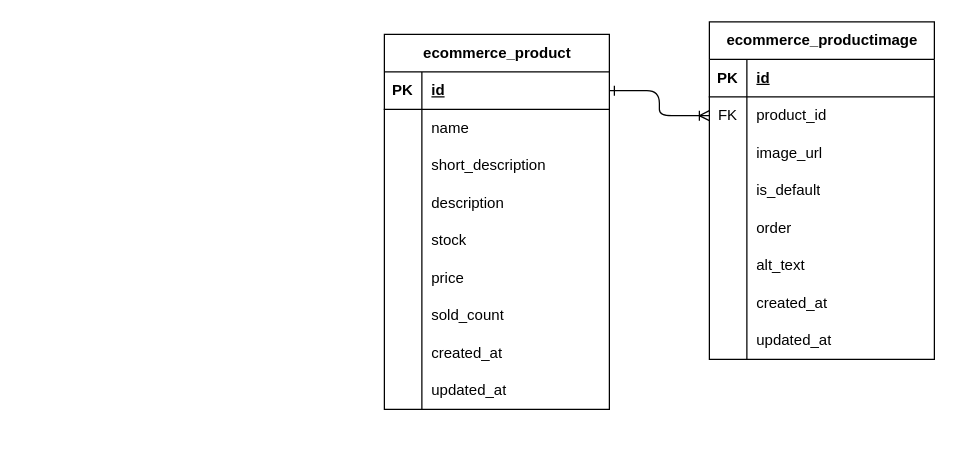
RHILIUS/E-Commerce-Docs keeps this draw.io diagram as page "Ecommerce" (6 of 7) of diagrams/e-commerce-entity-relationship-diagram.drawio. Above is the earlier version. Source tidied: cells renumbered, new cells numbered last; positions are measured from the earlier drawing's top-left corner, leaving out a move shared by most shapes. Both pictures are drawn from the tidied source at 125%, with x=0, y=0 at pixel (384, 21).
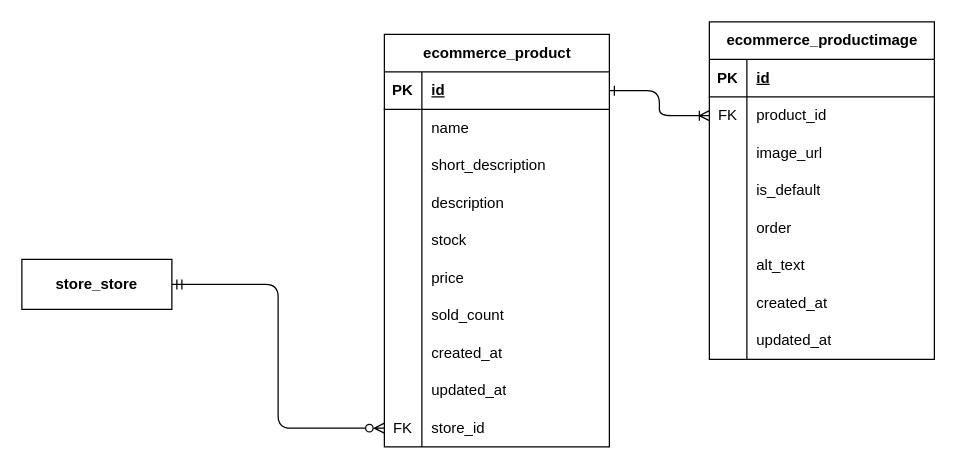
The same page after the edit.

Commit message (it also covers changes not shown here):
feat(erd): add relationship between prdouct and store

The edit, as a diff of the source:
```diff
@@
     <mxCell id="2" value="ecommerce_product" style="shape=table;startSize=30;childLayout=tableLayout;rowLines=0;fontStyle=1;align=center;html=1;" parent="1" vertex="1">
-      <mxGeometry y="10" width="180" height="300" as="geometry" />
+      <mxGeometry y="10" width="180" height="330" as="geometry" />
     </mxCell>
@@
+    <mxCell id="56" style="shape=tableRow;horizontal=0;startSize=0;swimlaneHead=0;swimlaneBody=0;fillColor=none;points=[[0,0.5],[1,0.5]];portConstraint=eastwest;top=0;left=0;right=0;bottom=0;" parent="2" vertex="1">
+      <mxGeometry y="300" width="180" height="30" as="geometry" />
+    </mxCell>
+    <mxCell id="57" value="FK" style="shape=partialRectangle;fillColor=none;top=0;left=0;bottom=0;right=0;overflow=hidden;whiteSpace=wrap;html=1;" parent="56" vertex="1">
+      <mxGeometry width="30" height="30" as="geometry" />
+    </mxCell>
+    <mxCell id="58" value="store_id" style="shape=partialRectangle;fillColor=none;top=0;left=0;bottom=0;right=0;align=left;spacingLeft=6;overflow=hidden;whiteSpace=wrap;html=1;" parent="56" vertex="1">
+      <mxGeometry x="30" width="150" height="30" as="geometry" />
+    </mxCell>
@@
+    <mxCell id="59" style="edgeStyle=orthogonalEdgeStyle;html=1;entryX=0;entryY=0.5;entryDx=0;entryDy=0;exitX=1;exitY=0.5;exitDx=0;exitDy=0;endArrow=ERzeroToMany;endFill=0;startArrow=ERmandOne;startFill=0;" parent="1" edge="1" source="60" target="56">
+      <mxGeometry relative="1" as="geometry" />
+    </mxCell>
+    <mxCell id="60" value="&lt;b&gt;store_store&lt;/b&gt;" style="whiteSpace=wrap;html=1;align=center;" parent="1" vertex="1">
+      <mxGeometry x="-290" y="190" width="120" height="40" as="geometry" />
+    </mxCell>
```
